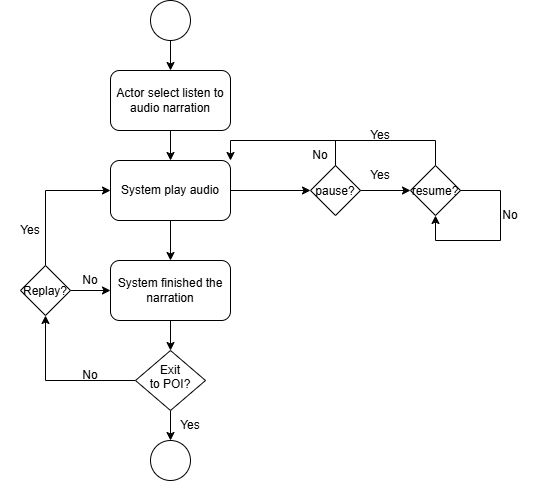
Before: PRD/User story/Diagrams/UC4_Activity.png, a diagram exported from draw.io (Noir-Goose/Nhom5_CNPM). Source tidied: cells renumbered, new cells last; positions are measured from the earlier drawing's top-left corner, leaving out a move shared by most shapes. The source it was exported from:
```xml
<mxGraphModel>
  <root>
    <mxCell id="0" />
    <mxCell id="1" parent="0" />
    <mxCell id="2" style="edgeStyle=orthogonalEdgeStyle;rounded=0;jettySize=auto;html=1;exitX=0.5;exitY=1;exitDx=0;exitDy=0;entryX=0.5;entryY=0;entryDx=0;entryDy=0;" parent="1" edge="1" source="3" target="5">
      <mxGeometry relative="1" as="geometry" />
    </mxCell>
    <mxCell id="3" style="ellipse;whiteSpace=wrap;html=1;shapeInside=1;" parent="1" vertex="1">
      <mxGeometry x="150" width="40" height="40" as="geometry" />
    </mxCell>
    <mxCell id="4" style="edgeStyle=orthogonalEdgeStyle;rounded=0;jettySize=auto;html=1;exitX=0.5;exitY=1;exitDx=0;exitDy=0;entryX=0.5;entryY=0;entryDx=0;entryDy=0;" parent="1" edge="1" source="5" target="7">
      <mxGeometry relative="1" as="geometry" />
    </mxCell>
    <mxCell id="5" value="Actor select listen to audio narration" style="rounded=1;whiteSpace=wrap;html=1;" parent="1" vertex="1">
      <mxGeometry x="110" y="70" width="120" height="60" as="geometry" />
    </mxCell>
    <mxCell id="6" style="edgeStyle=orthogonalEdgeStyle;rounded=0;jettySize=auto;html=1;exitX=1;exitY=0.5;exitDx=0;exitDy=0;entryX=0;entryY=0.5;entryDx=0;entryDy=0;" parent="1" edge="1" source="7" target="8">
      <mxGeometry relative="1" as="geometry" />
    </mxCell>
    <mxCell id="7" value="System play audio" style="rounded=1;whiteSpace=wrap;html=1;" parent="1" vertex="1">
      <mxGeometry x="110" y="160" width="120" height="60" as="geometry" />
    </mxCell>
    <mxCell id="8" value="pause?" style="rhombus;whiteSpace=wrap;html=1;shapeInside=1;" parent="1" vertex="1">
      <mxGeometry x="310" y="165" width="50" height="50" as="geometry" />
    </mxCell>
    <mxCell id="9" style="edgeStyle=orthogonalEdgeStyle;rounded=0;jettySize=auto;html=1;exitX=0.5;exitY=0;exitDx=0;exitDy=0;endArrow=none;endFill=0;" parent="1" edge="1" source="10">
      <mxGeometry relative="1" as="geometry">
        <mxPoint x="330" y="140" as="targetPoint" />
        <Array as="points">
          <mxPoint x="435" y="140" />
        </Array>
      </mxGeometry>
    </mxCell>
    <mxCell id="10" value="resume?" style="rhombus;whiteSpace=wrap;html=1;shapeInside=1;" parent="1" vertex="1">
      <mxGeometry x="410" y="165" width="50" height="50" as="geometry" />
    </mxCell>
    <mxCell id="11" style="endArrow=classic;html=1;rounded=0;exitX=1;exitY=0.5;exitDx=0;exitDy=0;entryX=0;entryY=0.5;entryDx=0;entryDy=0;" parent="1" edge="1" source="8" target="10">
      <mxGeometry relative="1" as="geometry" />
    </mxCell>
    <mxCell id="12" style="endArrow=classic;html=1;rounded=0;exitX=0.5;exitY=0;exitDx=0;exitDy=0;entryX=1;entryY=0;entryDx=0;entryDy=0;" parent="1" edge="1" source="8" target="7">
      <mxGeometry relative="1" as="geometry">
        <Array as="points">
          <mxPoint x="335" y="140" />
          <mxPoint x="230" y="140" />
        </Array>
      </mxGeometry>
    </mxCell>
    <mxCell id="13" value="Yes" style="text;html=1;whiteSpace=wrap;strokeColor=none;fillColor=none;align=center;verticalAlign=middle;rounded=0;" parent="1" vertex="1">
      <mxGeometry x="350" y="160" width="60" height="30" as="geometry" />
    </mxCell>
    <mxCell id="14" value="Yes" style="text;html=1;whiteSpace=wrap;strokeColor=none;fillColor=none;align=center;verticalAlign=middle;rounded=0;" parent="1" vertex="1">
      <mxGeometry x="350" y="120" width="60" height="30" as="geometry" />
    </mxCell>
    <mxCell id="15" value="No" style="text;html=1;whiteSpace=wrap;strokeColor=none;fillColor=none;align=center;verticalAlign=middle;rounded=0;" parent="1" vertex="1">
      <mxGeometry x="290" y="140" width="60" height="30" as="geometry" />
    </mxCell>
    <mxCell id="16" style="endArrow=classic;html=1;rounded=0;exitX=1;exitY=0.5;exitDx=0;exitDy=0;entryX=0.5;entryY=1;entryDx=0;entryDy=0;edgeStyle=orthogonalEdgeStyle;innerLoopWaypoints=1;" parent="1" edge="1" source="10" target="10">
      <mxGeometry relative="1" as="geometry">
        <Array as="points">
          <mxPoint x="500" y="190" />
          <mxPoint x="500" y="240" />
          <mxPoint x="435" y="240" />
        </Array>
      </mxGeometry>
    </mxCell>
    <mxCell id="17" value="No" style="text;html=1;whiteSpace=wrap;strokeColor=none;fillColor=none;align=center;verticalAlign=middle;rounded=0;" parent="1" vertex="1">
      <mxGeometry x="480" y="200" width="60" height="30" as="geometry" />
    </mxCell>
    <mxCell id="18" style="edgeStyle=orthogonalEdgeStyle;rounded=0;jettySize=auto;html=1;exitX=0.5;exitY=1;exitDx=0;exitDy=0;entryX=0.5;entryY=0;entryDx=0;entryDy=0;" parent="1" edge="1" source="19" target="23">
      <mxGeometry relative="1" as="geometry" />
    </mxCell>
    <mxCell id="19" value="System finished the narration" style="rounded=1;whiteSpace=wrap;html=1;" parent="1" vertex="1">
      <mxGeometry x="110" y="260" width="120" height="60" as="geometry" />
    </mxCell>
    <mxCell id="20" style="endArrow=none;html=1;rounded=0;entryX=0.5;entryY=1;entryDx=0;entryDy=0;exitX=0.5;exitY=0;exitDx=0;exitDy=0;endFill=0;startArrow=classic;startFill=1;" parent="1" edge="1" source="19" target="7">
      <mxGeometry relative="1" as="geometry" />
    </mxCell>
    <mxCell id="21" style="edgeStyle=orthogonalEdgeStyle;rounded=0;jettySize=auto;html=1;exitX=0.5;exitY=1;exitDx=0;exitDy=0;entryX=0.5;entryY=0;entryDx=0;entryDy=0;" parent="1" edge="1" source="23" target="24">
      <mxGeometry relative="1" as="geometry" />
    </mxCell>
    <mxCell id="22" style="edgeStyle=orthogonalEdgeStyle;rounded=0;jettySize=auto;html=1;exitX=0;exitY=0.5;exitDx=0;exitDy=0;" parent="1" edge="1" source="23" target="27">
      <mxGeometry relative="1" as="geometry" />
    </mxCell>
    <mxCell id="23" value="Exit to POI?" style="rhombus;whiteSpace=wrap;html=1;shapeInside=1;" parent="1" vertex="1">
      <mxGeometry x="135" y="350" width="70" height="60" as="geometry" />
    </mxCell>
    <mxCell id="24" style="ellipse;whiteSpace=wrap;html=1;shapeInside=1;" parent="1" vertex="1">
      <mxGeometry x="150" y="440" width="40" height="40" as="geometry" />
    </mxCell>
    <mxCell id="25" style="edgeStyle=orthogonalEdgeStyle;rounded=0;jettySize=auto;html=1;exitX=1;exitY=0.5;exitDx=0;exitDy=0;entryX=0;entryY=0.5;entryDx=0;entryDy=0;" parent="1" edge="1" source="27" target="19">
      <mxGeometry relative="1" as="geometry" />
    </mxCell>
    <mxCell id="26" style="edgeStyle=orthogonalEdgeStyle;rounded=0;jettySize=auto;html=1;exitX=0.5;exitY=0;exitDx=0;exitDy=0;entryX=0;entryY=0.5;entryDx=0;entryDy=0;" parent="1" edge="1" source="27" target="7">
      <mxGeometry relative="1" as="geometry" />
    </mxCell>
    <mxCell id="27" value="Replay?" style="rhombus;whiteSpace=wrap;html=1;shapeInside=1;" parent="1" vertex="1">
      <mxGeometry x="20" y="265" width="50" height="50" as="geometry" />
    </mxCell>
    <mxCell id="28" value="Yes" style="text;html=1;whiteSpace=wrap;strokeColor=none;fillColor=none;align=center;verticalAlign=middle;rounded=0;" parent="1" vertex="1">
      <mxGeometry y="215" width="60" height="30" as="geometry" />
    </mxCell>
    <mxCell id="29" value="No" style="text;html=1;whiteSpace=wrap;strokeColor=none;fillColor=none;align=center;verticalAlign=middle;rounded=0;" parent="1" vertex="1">
      <mxGeometry x="60" y="265" width="60" height="30" as="geometry" />
    </mxCell>
    <mxCell id="30" value="No" style="text;html=1;whiteSpace=wrap;strokeColor=none;fillColor=none;align=center;verticalAlign=middle;rounded=0;" parent="1" vertex="1">
      <mxGeometry x="60" y="360" width="60" height="30" as="geometry" />
    </mxCell>
    <mxCell id="31" value="Yes" style="text;html=1;whiteSpace=wrap;strokeColor=none;fillColor=none;align=center;verticalAlign=middle;rounded=0;" parent="1" vertex="1">
      <mxGeometry x="160" y="410" width="60" height="30" as="geometry" />
    </mxCell>
  </root>
</mxGraphModel>
```
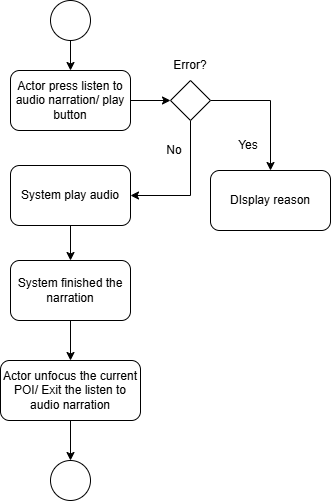
The same diagram one commit later.

The edit, as a diff of the source:
```diff
@@ -8,65 +8,16 @@
     <mxCell id="3" style="ellipse;whiteSpace=wrap;html=1;shapeInside=1;" parent="1" vertex="1">
       <mxGeometry x="150" width="40" height="40" as="geometry" />
     </mxCell>
-    <mxCell id="4" style="edgeStyle=orthogonalEdgeStyle;rounded=0;jettySize=auto;html=1;exitX=0.5;exitY=1;exitDx=0;exitDy=0;entryX=0.5;entryY=0;entryDx=0;entryDy=0;" parent="1" edge="1" source="5" target="7">
-      <mxGeometry relative="1" as="geometry" />
-    </mxCell>
+    <mxCell id="32" style="edgeStyle=orthogonalEdgeStyle;rounded=0;jettySize=auto;html=1;exitX=1;exitY=0.5;exitDx=0;exitDy=0;entryX=0.5;entryY=1;entryDx=0;entryDy=0;" parent="1" edge="1" source="5" target="37">
+      <mxGeometry relative="1" as="geometry" />
+    </mxCell>
-    <mxCell id="5" value="Actor select listen to audio narration" style="rounded=1;whiteSpace=wrap;html=1;" parent="1" vertex="1">
+    <mxCell id="5" value="Actor press listen to audio narration/ play button" style="rounded=1;whiteSpace=wrap;html=1;" parent="1" vertex="1">
       <mxGeometry x="110" y="70" width="120" height="60" as="geometry" />
     </mxCell>
-    <mxCell id="6" style="edgeStyle=orthogonalEdgeStyle;rounded=0;jettySize=auto;html=1;exitX=1;exitY=0.5;exitDx=0;exitDy=0;entryX=0;entryY=0.5;entryDx=0;entryDy=0;" parent="1" edge="1" source="7" target="8">
-      <mxGeometry relative="1" as="geometry" />
-    </mxCell>
     <mxCell id="7" value="System play audio" style="rounded=1;whiteSpace=wrap;html=1;" parent="1" vertex="1">
-      <mxGeometry x="110" y="160" width="120" height="60" as="geometry" />
+      <mxGeometry x="110" y="165" width="120" height="60" as="geometry" />
     </mxCell>
-    <mxCell id="8" value="pause?" style="rhombus;whiteSpace=wrap;html=1;shapeInside=1;" parent="1" vertex="1">
-      <mxGeometry x="310" y="165" width="50" height="50" as="geometry" />
-    </mxCell>
-    <mxCell id="9" style="edgeStyle=orthogonalEdgeStyle;rounded=0;jettySize=auto;html=1;exitX=0.5;exitY=0;exitDx=0;exitDy=0;endArrow=none;endFill=0;" parent="1" edge="1" source="10">
-      <mxGeometry relative="1" as="geometry">
-        <mxPoint x="330" y="140" as="targetPoint" />
-        <Array as="points">
-          <mxPoint x="435" y="140" />
-        </Array>
-      </mxGeometry>
-    </mxCell>
-    <mxCell id="10" value="resume?" style="rhombus;whiteSpace=wrap;html=1;shapeInside=1;" parent="1" vertex="1">
-      <mxGeometry x="410" y="165" width="50" height="50" as="geometry" />
-    </mxCell>
-    <mxCell id="11" style="endArrow=classic;html=1;rounded=0;exitX=1;exitY=0.5;exitDx=0;exitDy=0;entryX=0;entryY=0.5;entryDx=0;entryDy=0;" parent="1" edge="1" source="8" target="10">
-      <mxGeometry relative="1" as="geometry" />
-    </mxCell>
-    <mxCell id="12" style="endArrow=classic;html=1;rounded=0;exitX=0.5;exitY=0;exitDx=0;exitDy=0;entryX=1;entryY=0;entryDx=0;entryDy=0;" parent="1" edge="1" source="8" target="7">
-      <mxGeometry relative="1" as="geometry">
-        <Array as="points">
-          <mxPoint x="335" y="140" />
-          <mxPoint x="230" y="140" />
-        </Array>
-      </mxGeometry>
-    </mxCell>
-    <mxCell id="13" value="Yes" style="text;html=1;whiteSpace=wrap;strokeColor=none;fillColor=none;align=center;verticalAlign=middle;rounded=0;" parent="1" vertex="1">
-      <mxGeometry x="350" y="160" width="60" height="30" as="geometry" />
-    </mxCell>
-    <mxCell id="14" value="Yes" style="text;html=1;whiteSpace=wrap;strokeColor=none;fillColor=none;align=center;verticalAlign=middle;rounded=0;" parent="1" vertex="1">
-      <mxGeometry x="350" y="120" width="60" height="30" as="geometry" />
-    </mxCell>
-    <mxCell id="15" value="No" style="text;html=1;whiteSpace=wrap;strokeColor=none;fillColor=none;align=center;verticalAlign=middle;rounded=0;" parent="1" vertex="1">
-      <mxGeometry x="290" y="140" width="60" height="30" as="geometry" />
-    </mxCell>
-    <mxCell id="16" style="endArrow=classic;html=1;rounded=0;exitX=1;exitY=0.5;exitDx=0;exitDy=0;entryX=0.5;entryY=1;entryDx=0;entryDy=0;edgeStyle=orthogonalEdgeStyle;innerLoopWaypoints=1;" parent="1" edge="1" source="10" target="10">
-      <mxGeometry relative="1" as="geometry">
-        <Array as="points">
-          <mxPoint x="500" y="190" />
-          <mxPoint x="500" y="240" />
-          <mxPoint x="435" y="240" />
-        </Array>
-      </mxGeometry>
-    </mxCell>
-    <mxCell id="17" value="No" style="text;html=1;whiteSpace=wrap;strokeColor=none;fillColor=none;align=center;verticalAlign=middle;rounded=0;" parent="1" vertex="1">
-      <mxGeometry x="480" y="200" width="60" height="30" as="geometry" />
-    </mxCell>
-    <mxCell id="18" style="edgeStyle=orthogonalEdgeStyle;rounded=0;jettySize=auto;html=1;exitX=0.5;exitY=1;exitDx=0;exitDy=0;entryX=0.5;entryY=0;entryDx=0;entryDy=0;" parent="1" edge="1" source="19" target="23">
+    <mxCell id="18" style="edgeStyle=orthogonalEdgeStyle;rounded=0;jettySize=auto;html=1;exitX=0.5;exitY=1;exitDx=0;exitDy=0;entryX=0.5;entryY=0;entryDx=0;entryDy=0;" parent="1" edge="1" source="19" target="34">
       <mxGeometry relative="1" as="geometry" />
     </mxCell>
     <mxCell id="19" value="System finished the narration" style="rounded=1;whiteSpace=wrap;html=1;" parent="1" vertex="1">
@@ -75,38 +26,35 @@
     <mxCell id="20" style="endArrow=none;html=1;rounded=0;entryX=0.5;entryY=1;entryDx=0;entryDy=0;exitX=0.5;exitY=0;exitDx=0;exitDy=0;endFill=0;startArrow=classic;startFill=1;" parent="1" edge="1" source="19" target="7">
       <mxGeometry relative="1" as="geometry" />
     </mxCell>
-    <mxCell id="21" style="edgeStyle=orthogonalEdgeStyle;rounded=0;jettySize=auto;html=1;exitX=0.5;exitY=1;exitDx=0;exitDy=0;entryX=0.5;entryY=0;entryDx=0;entryDy=0;" parent="1" edge="1" source="23" target="24">
-      <mxGeometry relative="1" as="geometry" />
-    </mxCell>
-    <mxCell id="22" style="edgeStyle=orthogonalEdgeStyle;rounded=0;jettySize=auto;html=1;exitX=0;exitY=0.5;exitDx=0;exitDy=0;" parent="1" edge="1" source="23" target="27">
-      <mxGeometry relative="1" as="geometry" />
-    </mxCell>
-    <mxCell id="23" value="Exit to POI?" style="rhombus;whiteSpace=wrap;html=1;shapeInside=1;" parent="1" vertex="1">
-      <mxGeometry x="135" y="350" width="70" height="60" as="geometry" />
-    </mxCell>
     <mxCell id="24" style="ellipse;whiteSpace=wrap;html=1;shapeInside=1;" parent="1" vertex="1">
-      <mxGeometry x="150" y="440" width="40" height="40" as="geometry" />
+      <mxGeometry x="150" y="460" width="40" height="40" as="geometry" />
     </mxCell>
-    <mxCell id="25" style="edgeStyle=orthogonalEdgeStyle;rounded=0;jettySize=auto;html=1;exitX=1;exitY=0.5;exitDx=0;exitDy=0;entryX=0;entryY=0.5;entryDx=0;entryDy=0;" parent="1" edge="1" source="27" target="19">
-      <mxGeometry relative="1" as="geometry" />
-    </mxCell>
-    <mxCell id="26" style="edgeStyle=orthogonalEdgeStyle;rounded=0;jettySize=auto;html=1;exitX=0.5;exitY=0;exitDx=0;exitDy=0;entryX=0;entryY=0.5;entryDx=0;entryDy=0;" parent="1" edge="1" source="27" target="7">
-      <mxGeometry relative="1" as="geometry" />
-    </mxCell>
-    <mxCell id="27" value="Replay?" style="rhombus;whiteSpace=wrap;html=1;shapeInside=1;" parent="1" vertex="1">
-      <mxGeometry x="20" y="265" width="50" height="50" as="geometry" />
-    </mxCell>
-    <mxCell id="28" value="Yes" style="text;html=1;whiteSpace=wrap;strokeColor=none;fillColor=none;align=center;verticalAlign=middle;rounded=0;" parent="1" vertex="1">
-      <mxGeometry y="215" width="60" height="30" as="geometry" />
-    </mxCell>
-    <mxCell id="29" value="No" style="text;html=1;whiteSpace=wrap;strokeColor=none;fillColor=none;align=center;verticalAlign=middle;rounded=0;" parent="1" vertex="1">
-      <mxGeometry x="60" y="265" width="60" height="30" as="geometry" />
-    </mxCell>
-    <mxCell id="30" value="No" style="text;html=1;whiteSpace=wrap;strokeColor=none;fillColor=none;align=center;verticalAlign=middle;rounded=0;" parent="1" vertex="1">
-      <mxGeometry x="60" y="360" width="60" height="30" as="geometry" />
-    </mxCell>
-    <mxCell id="31" value="Yes" style="text;html=1;whiteSpace=wrap;strokeColor=none;fillColor=none;align=center;verticalAlign=middle;rounded=0;" parent="1" vertex="1">
-      <mxGeometry x="160" y="410" width="60" height="30" as="geometry" />
-    </mxCell>
+    <mxCell id="33" style="edgeStyle=orthogonalEdgeStyle;rounded=0;jettySize=auto;html=1;exitX=0.5;exitY=1;exitDx=0;exitDy=0;" parent="1" edge="1" source="34" target="24">
+      <mxGeometry x="0.84" relative="1" as="geometry" />
+    </mxCell>
+    <mxCell id="34" value="Actor unfocus the current POI/ Exit the listen to audio narration" style="rounded=1;whiteSpace=wrap;html=1;roundedPerimeter=1;" parent="1" vertex="1">
+      <mxGeometry x="100" y="360" width="140" height="60" as="geometry" />
+    </mxCell>
+    <mxCell id="35" style="edgeStyle=orthogonalEdgeStyle;rounded=0;jettySize=auto;html=1;exitX=1;exitY=0.5;exitDx=0;exitDy=0;entryX=1;entryY=0.5;entryDx=0;entryDy=0;" parent="1" edge="1" source="37" target="7">
+      <mxGeometry relative="1" as="geometry" />
+    </mxCell>
+    <mxCell id="36" style="edgeStyle=orthogonalEdgeStyle;rounded=0;jettySize=auto;html=1;exitX=0.5;exitY=0;exitDx=0;exitDy=0;entryX=0.5;entryY=0;entryDx=0;entryDy=0;" parent="1" edge="1" source="37" target="39">
+      <mxGeometry relative="1" as="geometry" />
+    </mxCell>
+    <mxCell id="37" style="rhombus;whiteSpace=wrap;html=1;shapeInside=1;direction=south;" parent="1" vertex="1">
+      <mxGeometry x="270" y="80" width="40" height="40" as="geometry" />
+    </mxCell>
+    <mxCell id="38" value="Error?" style="text;html=1;whiteSpace=wrap;strokeColor=none;fillColor=none;align=center;verticalAlign=middle;rounded=0;" parent="1" vertex="1">
+      <mxGeometry x="260" y="50" width="60" height="30" as="geometry" />
+    </mxCell>
+    <mxCell id="39" value="DIsplay reason" style="rounded=1;whiteSpace=wrap;html=1;roundedPerimeter=1;" parent="1" vertex="1">
+      <mxGeometry x="310" y="170" width="120" height="60" as="geometry" />
+    </mxCell>
+    <mxCell id="40" value="No" style="text;html=1;whiteSpace=wrap;strokeColor=none;fillColor=none;align=center;verticalAlign=middle;rounded=0;" parent="1" vertex="1">
+      <mxGeometry x="244" y="135" width="60" height="30" as="geometry" />
+    </mxCell>
+    <mxCell id="41" value="Yes" style="text;html=1;whiteSpace=wrap;strokeColor=none;fillColor=none;align=center;verticalAlign=middle;rounded=0;" parent="1" vertex="1">
+      <mxGeometry x="318" y="130" width="60" height="30" as="geometry" />
+    </mxCell>
   </root>
 </mxGraphModel>
```
